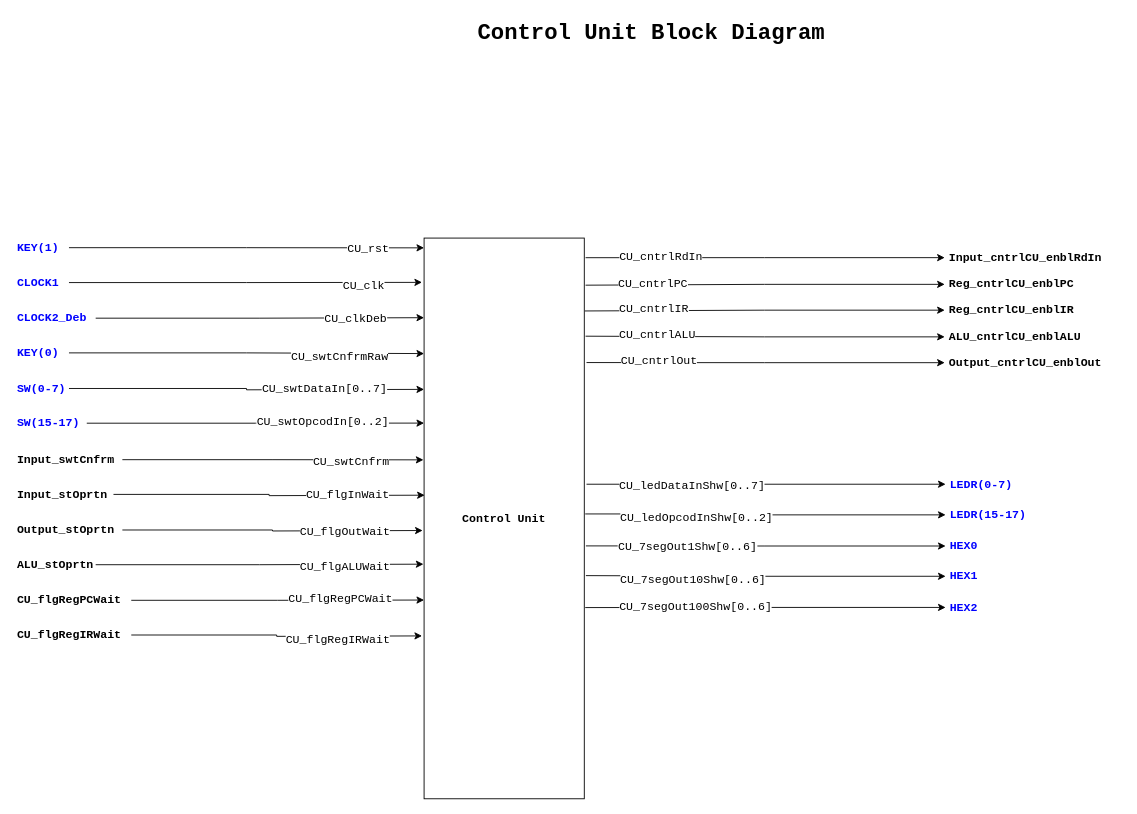
The draw.io diagram page "CU_BD" (5 of 9) of 04_ControlUnit_v1/CPU_Design.drawio in Vichu95/Basic_CPU_FPGA, before the edit. Source tidied: cells renumbered, new cells numbered last; positions are measured from the earlier drawing's top-left corner, leaving out a move shared by most shapes. Both pictures are drawn from the tidied source at 89%, with x=0, y=0 at pixel (15, 15).
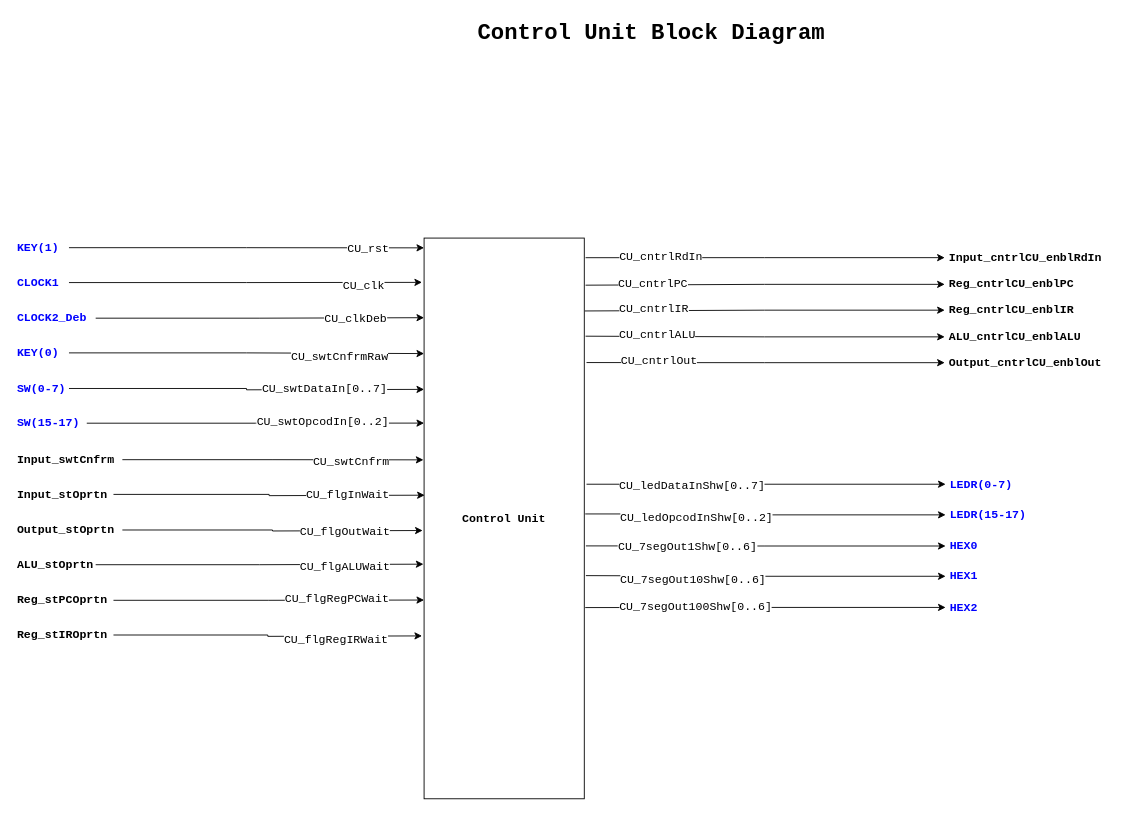
After the change.

The change refers to these unchanged cells:
```xml
<mxCell id="52" style="edgeStyle=orthogonalEdgeStyle;rounded=0;jettySize=auto;html=1;entryX=-0.013;entryY=0.708;entryDx=0;entryDy=0;entryPerimeter=0;fontFamily=Courier New;fontSize=13;fontColor=#000000;startArrow=none;startFill=0;endArrow=classic;endFill=1;" parent="1" edge="1" source="54">
  <mxGeometry relative="1" as="geometry">
    <mxPoint x="456.7" y="697" as="targetPoint" />
  </mxGeometry>
</mxCell>
```

Change to the diagram source:
```diff
@@
-    <mxCell id="51" value="CU_flgRegPCWait" style="text;html=1;align=left;verticalAlign=middle;points=[];strokeColor=none;fillColor=none;fontStyle=1;labelBackgroundColor=none;fontColor=#000000;fontSize=13;fontFamily=Courier New;spacing=2;spacingRight=-13;" parent="1" vertex="1">
-      <mxGeometry y="642" width="130" height="30" as="geometry" />
+    <mxCell id="51" value="Reg_stPCOprtn" style="text;html=1;align=left;verticalAlign=middle;points=[];strokeColor=none;fillColor=none;fontStyle=1;labelBackgroundColor=none;fontColor=#000000;fontSize=13;fontFamily=Courier New;spacing=2;spacingRight=-13;" parent="1" vertex="1">
+      <mxGeometry y="642" width="110" height="30" as="geometry" />
     </mxCell>
@@
     <mxCell id="53" value="CU_flgRegIRWait" style="edgeLabel;html=1;align=center;verticalAlign=middle;fontSize=13;fontFamily=Courier New;fontColor=#000000;" parent="52" vertex="1">
       <mxGeometry x="0.11" y="-4" relative="1" as="geometry">
-        <mxPoint x="51" as="offset" />
+        <mxPoint x="58" as="offset" />
       </mxGeometry>
     </mxCell>
-    <mxCell id="54" value="CU_flgRegIRWait" style="text;html=1;align=left;verticalAlign=middle;points=[];strokeColor=none;fillColor=none;fontStyle=1;labelBackgroundColor=none;fontColor=#000000;fontSize=13;fontFamily=Courier New;spacing=2;spacingRight=-13;" parent="1" vertex="1">
-      <mxGeometry y="681" width="130" height="30" as="geometry" />
+    <mxCell id="54" value="Reg_stIROprtn" style="text;html=1;align=left;verticalAlign=middle;points=[];strokeColor=none;fillColor=none;fontStyle=1;labelBackgroundColor=none;fontColor=#000000;fontSize=13;fontFamily=Courier New;spacing=2;spacingRight=-13;" parent="1" vertex="1">
+      <mxGeometry y="681" width="110" height="30" as="geometry" />
     </mxCell>
```
